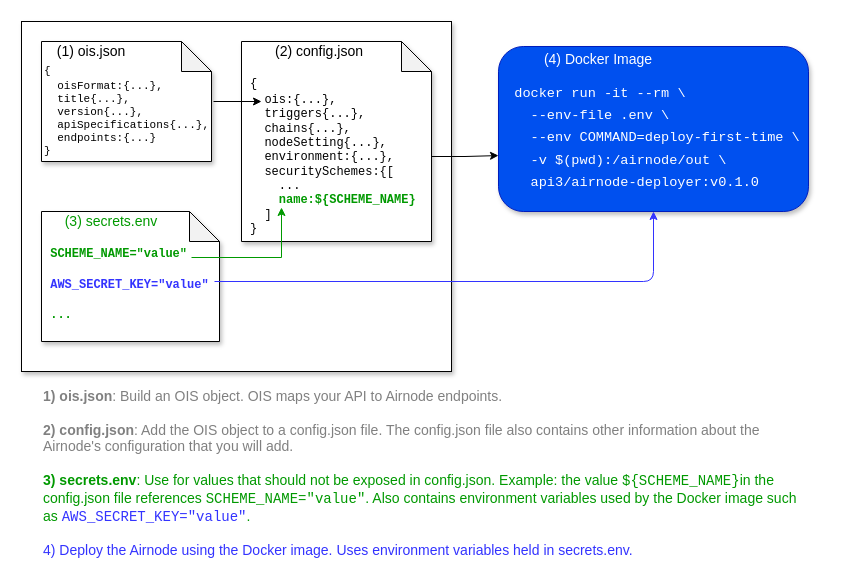
Earlier version of the draw.io diagram docs/next/assets/diagrams/api-provider-overview.drawio (api3dao/old-api3-docs). Source tidied: cells renumbered, new cells numbered last; positions are measured from the earlier drawing's top-left corner, leaving out a move shared by most shapes. Both pictures are drawn from the tidied source at 100%, with x=0, y=0 at pixel (21, 21).
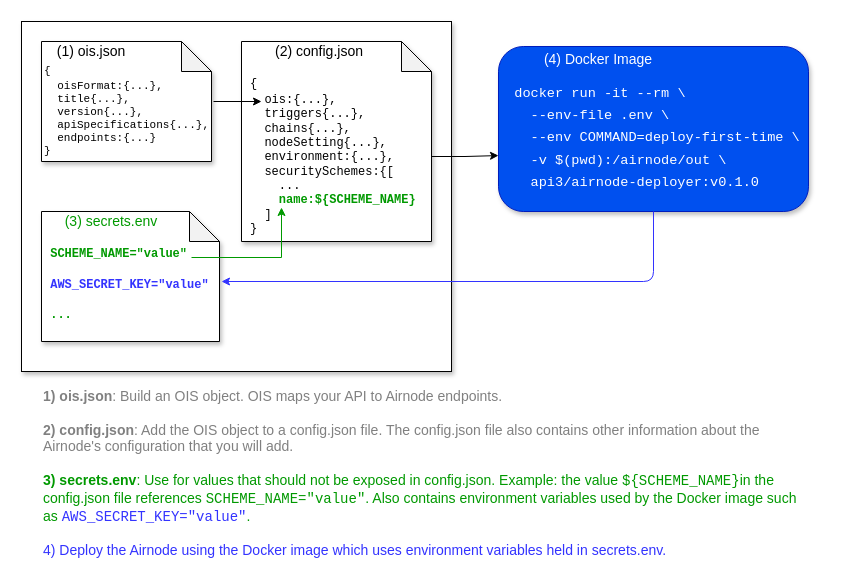
Above is the later version.

Unchanged cells that the change refers to:
```xml
<mxCell id="2" style="rounded=1;whiteSpace=wrap;html=1;fontSize=11;align=left;fillColor=#0050ef;strokeColor=#001DBC;fontColor=#ffffff;shadow=1;" parent="1" vertex="1">
  <mxGeometry x="477" y="25" width="310" height="165" as="geometry" />
</mxCell>
```

What changed in the source:
```diff
@@
-    <mxCell id="4" value="&lt;font&gt;&lt;font&gt;&lt;font style=&quot;font-size: 14px ; color: rgb(128 , 128 , 128)&quot;&gt;&lt;font style=&quot;font-size: 14px&quot;&gt;&lt;b style=&quot;font-size: 14px&quot;&gt;1)&lt;/b&gt;&amp;nbsp;&lt;b&gt;ois.json&lt;/b&gt;: Build an OIS object. OIS maps your API to Airnode endpoints.&lt;br style=&quot;font-size: 14px&quot;&gt;&lt;/font&gt;&lt;br style=&quot;font-size: 14px&quot;&gt;&lt;font style=&quot;font-size: 14px&quot;&gt;&lt;b style=&quot;font-size: 14px&quot;&gt;2)&lt;/b&gt;&amp;nbsp;&lt;b&gt;config.json&lt;/b&gt;: Add the OIS object to a config.json file. The config.json file also contains other information about the Airnode's configuration that you will add.&lt;br style=&quot;font-size: 14px&quot;&gt;&lt;/font&gt;&lt;br style=&quot;font-size: 14px&quot;&gt;&lt;/font&gt;&lt;font style=&quot;font-size: 14px&quot;&gt;&lt;font style=&quot;font-size: 14px&quot;&gt;&lt;font color=&quot;#009900&quot; style=&quot;font-size: 14px&quot;&gt;&lt;b style=&quot;font-size: 14px&quot;&gt;3)&lt;/b&gt;&amp;nbsp;&lt;b&gt;secrets.env&lt;/b&gt;: Use for values that should not be exposed in config.json. Example: the value &lt;font face=&quot;Courier New&quot; style=&quot;font-size: 14px&quot;&gt;${&lt;/font&gt;&lt;/font&gt;&lt;span style=&quot;color: rgb(0 , 153 , 0)&quot;&gt;&lt;font style=&quot;font-size: 14px&quot; face=&quot;Courier New&quot;&gt;SCHEME_NAME&lt;/font&gt;&lt;/span&gt;&lt;font color=&quot;#009900&quot; style=&quot;font-size: 14px&quot;&gt;&lt;font face=&quot;Courier New&quot; style=&quot;font-size: 14px&quot;&gt;}&lt;/font&gt;&lt;font style=&quot;font-size: 14px&quot;&gt;in the config.json&lt;/font&gt;&lt;font style=&quot;font-size: 14px&quot;&gt; file&lt;/font&gt; references&amp;nbsp;&lt;/font&gt;&lt;span style=&quot;color: rgb(0 , 153 , 0)&quot;&gt;&lt;font style=&quot;font-size: 14px&quot; face=&quot;Courier New&quot;&gt;SCHEME_NAME&lt;/font&gt;&lt;/span&gt;&lt;font style=&quot;font-size: 14px&quot;&gt;&lt;font face=&quot;Courier New&quot; style=&quot;color: rgb(0 , 153 , 0) ; font-size: 14px&quot;&gt;=&quot;value&quot;&lt;/font&gt;&lt;font color=&quot;#009900&quot;&gt;. Also contains environment variables used by the Docker image such as &lt;/font&gt;&lt;font face=&quot;Courier New&quot;&gt;AWS_SECRET_KEY=&quot;value&quot;&lt;/font&gt;&lt;font color=&quot;#009900&quot;&gt;.&lt;/font&gt;&lt;/font&gt;&lt;br&gt;&lt;/font&gt;&lt;/font&gt;&lt;/font&gt;&lt;/font&gt;&lt;font style=&quot;font-size: 14px&quot;&gt;&lt;br&gt;4&lt;/font&gt;&lt;font style=&quot;font-size: 14px&quot;&gt;) Deploy the Airnode using the Docker image. Uses environment variables held in secrets.env.&lt;br style=&quot;font-size: 14px&quot;&gt;&lt;/font&gt;" style="text;html=1;strokeColor=none;fillColor=none;align=left;verticalAlign=top;whiteSpace=wrap;rounded=0;fontSize=14;fontColor=#3333FF;" parent="1" vertex="1">
+    <mxCell id="4" value="&lt;font&gt;&lt;font&gt;&lt;font style=&quot;font-size: 14px ; color: rgb(128 , 128 , 128)&quot;&gt;&lt;font style=&quot;font-size: 14px&quot;&gt;&lt;b style=&quot;font-size: 14px&quot;&gt;1)&lt;/b&gt;&amp;nbsp;&lt;b&gt;ois.json&lt;/b&gt;: Build an OIS object. OIS maps your API to Airnode endpoints.&lt;br style=&quot;font-size: 14px&quot;&gt;&lt;/font&gt;&lt;br style=&quot;font-size: 14px&quot;&gt;&lt;font style=&quot;font-size: 14px&quot;&gt;&lt;b style=&quot;font-size: 14px&quot;&gt;2)&lt;/b&gt;&amp;nbsp;&lt;b&gt;config.json&lt;/b&gt;: Add the OIS object to a config.json file. The config.json file also contains other information about the Airnode's configuration that you will add.&lt;br style=&quot;font-size: 14px&quot;&gt;&lt;/font&gt;&lt;br style=&quot;font-size: 14px&quot;&gt;&lt;/font&gt;&lt;font style=&quot;font-size: 14px&quot;&gt;&lt;font style=&quot;font-size: 14px&quot;&gt;&lt;font color=&quot;#009900&quot; style=&quot;font-size: 14px&quot;&gt;&lt;b style=&quot;font-size: 14px&quot;&gt;3)&lt;/b&gt;&amp;nbsp;&lt;b&gt;secrets.env&lt;/b&gt;: Use for values that should not be exposed in config.json. Example: the value &lt;font face=&quot;Courier New&quot; style=&quot;font-size: 14px&quot;&gt;${&lt;/font&gt;&lt;/font&gt;&lt;span style=&quot;color: rgb(0 , 153 , 0)&quot;&gt;&lt;font style=&quot;font-size: 14px&quot; face=&quot;Courier New&quot;&gt;SCHEME_NAME&lt;/font&gt;&lt;/span&gt;&lt;font color=&quot;#009900&quot; style=&quot;font-size: 14px&quot;&gt;&lt;font face=&quot;Courier New&quot; style=&quot;font-size: 14px&quot;&gt;}&lt;/font&gt;&lt;font style=&quot;font-size: 14px&quot;&gt;in the config.json&lt;/font&gt;&lt;font style=&quot;font-size: 14px&quot;&gt; file&lt;/font&gt; references&amp;nbsp;&lt;/font&gt;&lt;span style=&quot;color: rgb(0 , 153 , 0)&quot;&gt;&lt;font style=&quot;font-size: 14px&quot; face=&quot;Courier New&quot;&gt;SCHEME_NAME&lt;/font&gt;&lt;/span&gt;&lt;font style=&quot;font-size: 14px&quot;&gt;&lt;font face=&quot;Courier New&quot; style=&quot;color: rgb(0 , 153 , 0) ; font-size: 14px&quot;&gt;=&quot;value&quot;&lt;/font&gt;&lt;font color=&quot;#009900&quot;&gt;. Also contains environment variables used by the Docker image such as &lt;/font&gt;&lt;font face=&quot;Courier New&quot;&gt;AWS_SECRET_KEY=&quot;value&quot;&lt;/font&gt;&lt;font color=&quot;#009900&quot;&gt;.&lt;/font&gt;&lt;/font&gt;&lt;br&gt;&lt;/font&gt;&lt;/font&gt;&lt;/font&gt;&lt;/font&gt;&lt;font style=&quot;font-size: 14px&quot;&gt;&lt;br&gt;4&lt;/font&gt;&lt;font style=&quot;font-size: 14px&quot;&gt;) Deploy the Airnode using the Docker image which uses environment variables held in secrets.env.&lt;br style=&quot;font-size: 14px&quot;&gt;&lt;/font&gt;" style="text;html=1;strokeColor=none;fillColor=none;align=left;verticalAlign=top;whiteSpace=wrap;rounded=0;fontSize=14;fontColor=#3333FF;" parent="1" vertex="1">
       <mxGeometry x="20" y="360" width="770" height="180" as="geometry" />
     </mxCell>
@@
-    <mxCell id="17" style="endArrow=classic;html=1;fontSize=11;fontColor=#009900;entryX=0.5;entryY=1;entryDx=0;entryDy=0;strokeColor=#3333FF;" parent="1" edge="1" target="2">
+    <mxCell id="17" style="endArrow=none;html=1;fontSize=11;fontColor=#009900;entryX=0.5;entryY=1;entryDx=0;entryDy=0;strokeColor=#3333FF;startArrow=classic;startFill=1;endFill=0;" parent="1" edge="1" target="2">
       <mxGeometry relative="1" as="geometry">
-        <mxPoint x="193" y="260" as="sourcePoint" />
+        <mxPoint x="200" y="260" as="sourcePoint" />
         <Array as="points">
           <mxPoint x="632" y="260" />
         </Array>
       </mxGeometry>
     </mxCell>
```
